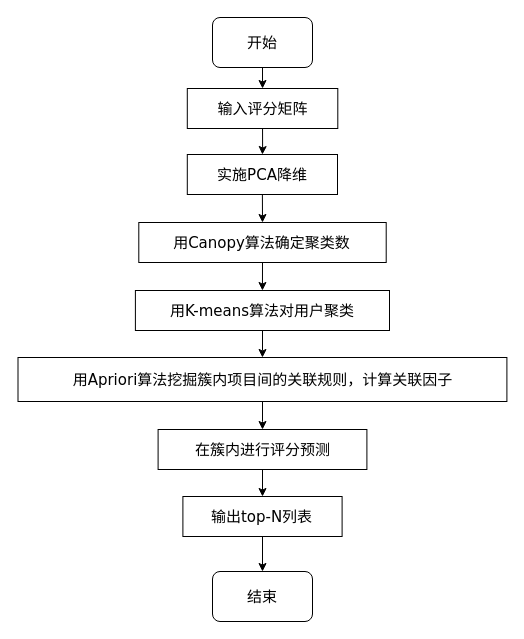
This is picture/DCF算法流程图.drawio from QAQ5685150/diagrams, a draw.io file, before an edit. Source tidied: cells renumbered, new cells numbered last; positions are measured from the earlier drawing's top-left corner, leaving out a move shared by most shapes. Both pictures are drawn from the tidied source at 100%, with x=0, y=0 at pixel (18, 17).
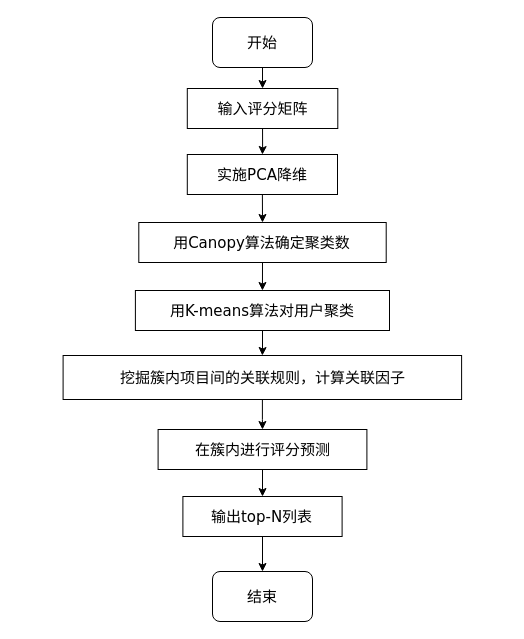
After the change.

Commit message:
更新DCF算法流程图-毕业论文.drawio

Change to the diagram source:
```diff
@@
 <mxGraphModel>
   <root>
     <mxCell id="0" />
     <mxCell id="1" parent="0" />
     <mxCell id="2" style="edgeStyle=orthogonalEdgeStyle;rounded=0;jettySize=auto;html=1;exitX=0.5;exitY=1;exitDx=0;exitDy=0;entryX=0.5;entryY=0;entryDx=0;entryDy=0;fontFamily=Verdana;fontSize=15;fontStyle=0;spacing=2;" parent="1" edge="1" source="3" target="5">
       <mxGeometry relative="1" as="geometry" />
     </mxCell>
     <mxCell id="3" value="&lt;font style=&quot;font-size: 15px;&quot;&gt;开始&lt;/font&gt;" style="rounded=1;whiteSpace=wrap;html=1;fontSize=15;fontStyle=0;spacing=2;" parent="1" vertex="1">
       <mxGeometry x="194" width="100" height="50" as="geometry" />
     </mxCell>
     <mxCell id="4" style="edgeStyle=orthogonalEdgeStyle;rounded=0;jettySize=auto;html=1;exitX=0.5;exitY=1;exitDx=0;exitDy=0;fontFamily=Verdana;fontSize=15;fontStyle=0;spacing=2;" parent="1" edge="1" source="5" target="7">
       <mxGeometry relative="1" as="geometry" />
     </mxCell>
     <mxCell id="5" value="输入评分矩阵" style="rounded=0;whiteSpace=wrap;html=1;fontFamily=Verdana;fontSize=15;fontStyle=0;spacing=2;" parent="1" vertex="1">
       <mxGeometry x="168.8" y="71" width="150.5" height="40" as="geometry" />
     </mxCell>
     <mxCell id="6" style="edgeStyle=orthogonalEdgeStyle;rounded=0;jettySize=auto;html=1;exitX=0.5;exitY=1;exitDx=0;exitDy=0;entryX=0.5;entryY=0;entryDx=0;entryDy=0;" parent="1" edge="1" source="7" target="9">
       <mxGeometry relative="1" as="geometry" />
     </mxCell>
     <mxCell id="7" value="实施PCA降维" style="rounded=0;whiteSpace=wrap;html=1;fontFamily=Verdana;fontSize=15;fontStyle=0;spacing=2;" parent="1" vertex="1">
       <mxGeometry x="168.8" y="137" width="150.2" height="40" as="geometry" />
     </mxCell>
     <mxCell id="8" style="edgeStyle=orthogonalEdgeStyle;rounded=0;jettySize=auto;html=1;exitX=0.5;exitY=1;exitDx=0;exitDy=0;entryX=0.5;entryY=0;entryDx=0;entryDy=0;" parent="1" edge="1" source="9" target="16">
       <mxGeometry relative="1" as="geometry" />
     </mxCell>
     <mxCell id="9" value="用Canopy算法确定聚类数" style="rounded=0;whiteSpace=wrap;html=1;fontFamily=Verdana;fontSize=15;fontStyle=0;spacing=2;" parent="1" vertex="1">
       <mxGeometry x="120.3" y="205" width="247.4" height="40" as="geometry" />
     </mxCell>
     <mxCell id="10" style="edgeStyle=orthogonalEdgeStyle;rounded=0;jettySize=auto;html=1;fontFamily=Verdana;fontSize=15;fontStyle=0;spacing=2;" parent="1" edge="1" source="11" target="13">
       <mxGeometry relative="1" as="geometry" />
     </mxCell>
-    <mxCell id="11" value="用Apriori算法挖掘簇内项目间的关联规则，计算关联因子" style="rounded=0;whiteSpace=wrap;html=1;fontFamily=Verdana;fontSize=15;fontStyle=0;spacing=2;" parent="1" vertex="1">
-      <mxGeometry x="-0.5" y="340" width="488.9" height="44" as="geometry" />
+    <mxCell id="11" value="挖掘簇内项目间的关联规则，计算关联因子" style="rounded=0;whiteSpace=wrap;html=1;fontFamily=Verdana;fontSize=15;fontStyle=0;spacing=2;" parent="1" vertex="1">
+      <mxGeometry x="44.6" y="338" width="398.5" height="44" as="geometry" />
     </mxCell>
     <mxCell id="12" style="edgeStyle=orthogonalEdgeStyle;rounded=0;jettySize=auto;html=1;exitX=0.5;exitY=1;exitDx=0;exitDy=0;" parent="1" edge="1" source="13" target="18">
       <mxGeometry relative="1" as="geometry" />
     </mxCell>
     <mxCell id="13" value="在簇内进行评分预测" style="rounded=0;whiteSpace=wrap;html=1;fontFamily=Verdana;fontSize=15;fontStyle=0;spacing=2;" parent="1" vertex="1">
       <mxGeometry x="139.6" y="412" width="208.8" height="40" as="geometry" />
     </mxCell>
     <mxCell id="14" value="&lt;font style=&quot;font-size: 15px;&quot;&gt;结束&lt;/font&gt;" style="rounded=1;whiteSpace=wrap;html=1;fontSize=15;fontStyle=0;spacing=2;" parent="1" vertex="1">
       <mxGeometry x="194" y="554" width="100" height="50" as="geometry" />
     </mxCell>
     <mxCell id="15" style="edgeStyle=orthogonalEdgeStyle;rounded=0;jettySize=auto;html=1;entryX=0.5;entryY=0;entryDx=0;entryDy=0;fontFamily=Verdana;fontSize=15;fontStyle=0;spacing=2;" parent="1" edge="1" source="16" target="11">
       <mxGeometry relative="1" as="geometry" />
     </mxCell>
     <mxCell id="16" value="用K-means算法对用户聚类" style="rounded=0;whiteSpace=wrap;html=1;fontFamily=Verdana;fontSize=15;fontStyle=0;spacing=2;" parent="1" vertex="1">
       <mxGeometry x="116.9" y="273" width="254.1" height="40" as="geometry" />
     </mxCell>
     <mxCell id="17" style="edgeStyle=orthogonalEdgeStyle;rounded=0;jettySize=auto;html=1;exitX=0.5;exitY=1;exitDx=0;exitDy=0;entryX=0.5;entryY=0;entryDx=0;entryDy=0;" parent="1" edge="1" source="18" target="14">
       <mxGeometry relative="1" as="geometry" />
     </mxCell>
     <mxCell id="18" value="输出top-N列表" style="rounded=0;whiteSpace=wrap;html=1;fontFamily=Verdana;fontSize=15;fontStyle=0;spacing=2;" parent="1" vertex="1">
       <mxGeometry x="164.4" y="479" width="159.2" height="40" as="geometry" />
     </mxCell>
   </root>
 </mxGraphModel>
```
